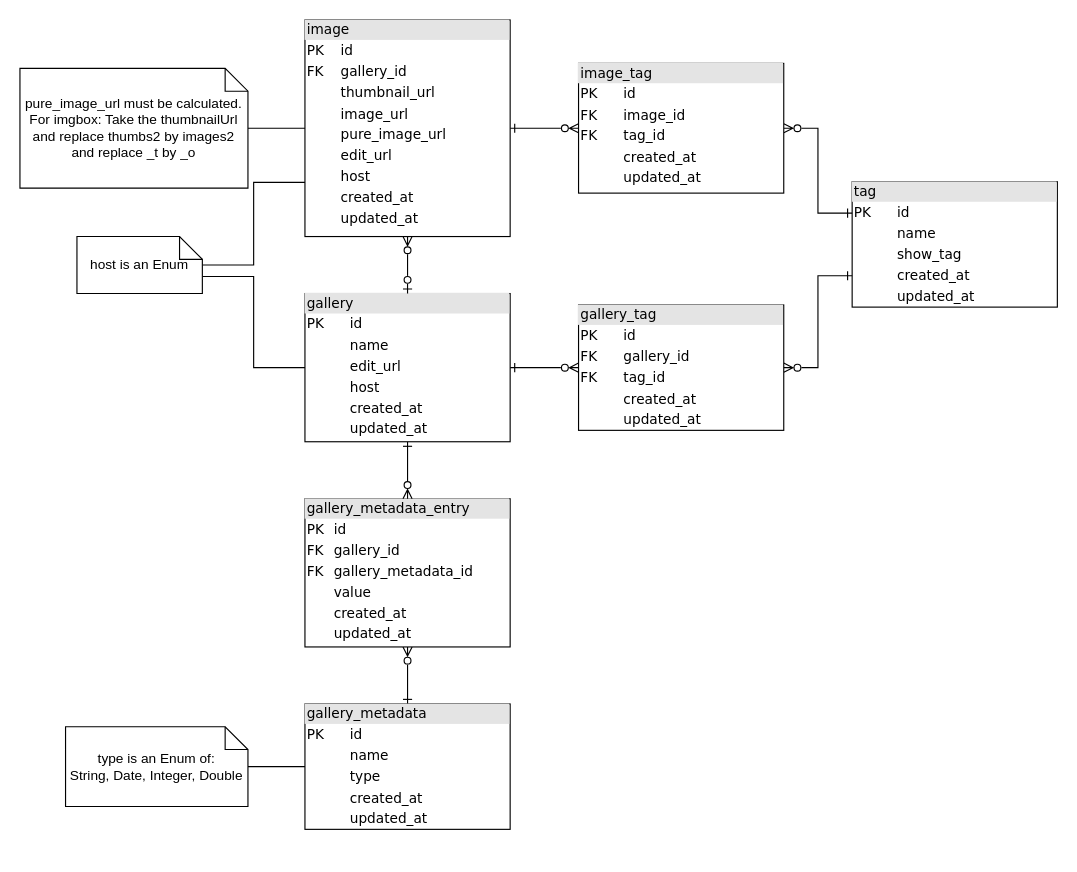
Kokogino/online-gallery-manager keeps this draw.io diagram as docs/OGM-DB.drawio. Above is the earlier version. Source tidied: cells renumbered, new cells numbered last; positions are measured from the earlier drawing's top-left corner, leaving out a move shared by most shapes. Both pictures are drawn from the tidied source at 114%, with x=0, y=0 at pixel (19, 19).
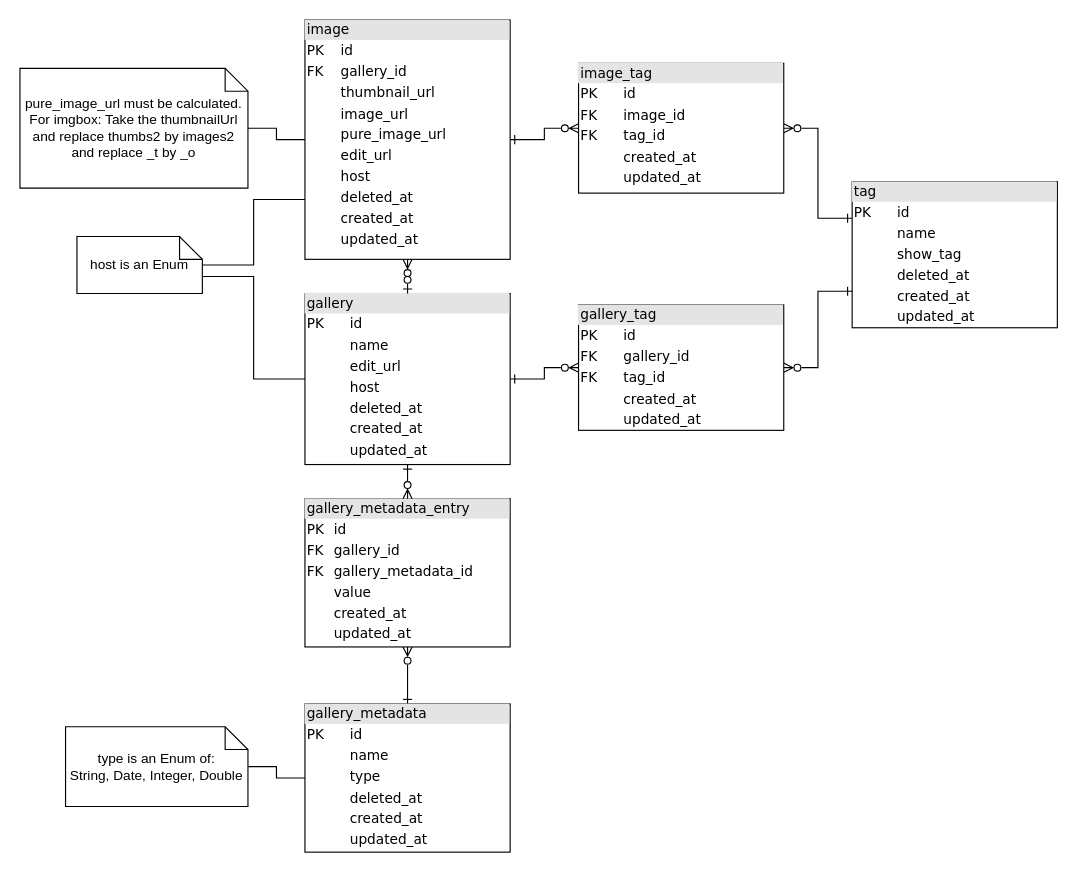
Above is the later version.

Commit message (it also covers changes not shown here):
Add deleted_at date to gallery, image, tag and gallery metadata.

Diff of the diagram source:
```diff
@@
-    <mxCell id="3" value="&lt;div style=&quot;box-sizing:border-box;width:100%;background:#e4e4e4;padding:2px;&quot;&gt;image&lt;/div&gt;&lt;table style=&quot;width:100%;font-size:1em;&quot; cellpadding=&quot;2&quot; cellspacing=&quot;0&quot;&gt;&lt;tbody&gt;&lt;tr&gt;&lt;td&gt;PK&lt;/td&gt;&lt;td&gt;id&lt;/td&gt;&lt;/tr&gt;&lt;tr&gt;&lt;td&gt;FK&lt;/td&gt;&lt;td&gt;gallery_id&lt;/td&gt;&lt;/tr&gt;&lt;tr&gt;&lt;td&gt;&lt;/td&gt;&lt;td&gt;thumbnail_url&lt;br&gt;&lt;/td&gt;&lt;/tr&gt;&lt;tr&gt;&lt;td&gt;&lt;br&gt;&lt;/td&gt;&lt;td&gt;image_url&lt;br&gt;&lt;/td&gt;&lt;/tr&gt;&lt;tr&gt;&lt;td&gt;&lt;br&gt;&lt;/td&gt;&lt;td&gt;pure_image_url&lt;br&gt;&lt;/td&gt;&lt;/tr&gt;&lt;tr&gt;&lt;td&gt;&lt;br&gt;&lt;/td&gt;&lt;td&gt;edit_url&lt;/td&gt;&lt;/tr&gt;&lt;tr&gt;&lt;td&gt;&lt;br&gt;&lt;/td&gt;&lt;td&gt;host&lt;/td&gt;&lt;/tr&gt;&lt;tr&gt;&lt;td&gt;&lt;br&gt;&lt;/td&gt;&lt;td&gt;created_at&lt;/td&gt;&lt;/tr&gt;&lt;tr&gt;&lt;td&gt;&lt;br&gt;&lt;/td&gt;&lt;td&gt;updated_at&lt;/td&gt;&lt;/tr&gt;&lt;/tbody&gt;&lt;/table&gt;" style="verticalAlign=top;align=left;overflow=fill;html=1;rounded=0;shadow=0;comic=0;labelBackgroundColor=none;strokeWidth=1;fontFamily=Verdana;fontSize=12;" parent="1" vertex="1">
-      <mxGeometry x="250" width="180" height="190" as="geometry" />
+    <mxCell id="3" value="&lt;div style=&quot;box-sizing:border-box;width:100%;background:#e4e4e4;padding:2px;&quot;&gt;image&lt;/div&gt;&lt;table style=&quot;width:100%;font-size:1em;&quot; cellpadding=&quot;2&quot; cellspacing=&quot;0&quot;&gt;&lt;tbody&gt;&lt;tr&gt;&lt;td&gt;PK&lt;/td&gt;&lt;td&gt;id&lt;/td&gt;&lt;/tr&gt;&lt;tr&gt;&lt;td&gt;FK&lt;/td&gt;&lt;td&gt;gallery_id&lt;/td&gt;&lt;/tr&gt;&lt;tr&gt;&lt;td&gt;&lt;/td&gt;&lt;td&gt;thumbnail_url&lt;br&gt;&lt;/td&gt;&lt;/tr&gt;&lt;tr&gt;&lt;td&gt;&lt;br&gt;&lt;/td&gt;&lt;td&gt;image_url&lt;br&gt;&lt;/td&gt;&lt;/tr&gt;&lt;tr&gt;&lt;td&gt;&lt;br&gt;&lt;/td&gt;&lt;td&gt;pure_image_url&lt;br&gt;&lt;/td&gt;&lt;/tr&gt;&lt;tr&gt;&lt;td&gt;&lt;br&gt;&lt;/td&gt;&lt;td&gt;edit_url&lt;/td&gt;&lt;/tr&gt;&lt;tr&gt;&lt;td&gt;&lt;br&gt;&lt;/td&gt;&lt;td&gt;host&lt;/td&gt;&lt;/tr&gt;&lt;tr&gt;&lt;td&gt;&lt;br&gt;&lt;/td&gt;&lt;td&gt;deleted_at&lt;/td&gt;&lt;/tr&gt;&lt;tr&gt;&lt;td&gt;&lt;br&gt;&lt;/td&gt;&lt;td&gt;created_at&lt;/td&gt;&lt;/tr&gt;&lt;tr&gt;&lt;td&gt;&lt;br&gt;&lt;/td&gt;&lt;td&gt;updated_at&lt;/td&gt;&lt;/tr&gt;&lt;/tbody&gt;&lt;/table&gt;" style="verticalAlign=top;align=left;overflow=fill;html=1;rounded=0;shadow=0;comic=0;labelBackgroundColor=none;strokeWidth=1;fontFamily=Verdana;fontSize=12;" parent="1" vertex="1">
+      <mxGeometry x="250" width="180" height="210" as="geometry" />
     </mxCell>
@@
-    <mxCell id="5" value="&lt;div style=&quot;box-sizing: border-box ; width: 100% ; background: #e4e4e4 ; padding: 2px&quot;&gt;gallery_metadata&lt;/div&gt;&lt;table style=&quot;width: 100% ; font-size: 1em&quot; cellpadding=&quot;2&quot; cellspacing=&quot;0&quot;&gt;&lt;tbody&gt;&lt;tr&gt;&lt;td&gt;PK&lt;/td&gt;&lt;td&gt;id&lt;/td&gt;&lt;/tr&gt;&lt;tr&gt;&lt;td&gt;&lt;/td&gt;&lt;td&gt;name&lt;/td&gt;&lt;/tr&gt;&lt;tr&gt;&lt;td&gt;&lt;br&gt;&lt;/td&gt;&lt;td&gt;type&lt;/td&gt;&lt;/tr&gt;&lt;tr&gt;&lt;td&gt;&lt;br&gt;&lt;/td&gt;&lt;td&gt;created_at&lt;/td&gt;&lt;/tr&gt;&lt;tr&gt;&lt;td&gt;&lt;br&gt;&lt;/td&gt;&lt;td&gt;updated_at&lt;br&gt;&lt;/td&gt;&lt;/tr&gt;&lt;/tbody&gt;&lt;/table&gt;" style="verticalAlign=top;align=left;overflow=fill;html=1;rounded=0;shadow=0;comic=0;labelBackgroundColor=none;strokeWidth=1;fontFamily=Verdana;fontSize=12;" parent="1" vertex="1">
-      <mxGeometry x="250" y="600" width="180" height="110" as="geometry" />
+    <mxCell id="5" value="&lt;div style=&quot;box-sizing: border-box ; width: 100% ; background: #e4e4e4 ; padding: 2px&quot;&gt;gallery_metadata&lt;/div&gt;&lt;table style=&quot;width: 100% ; font-size: 1em&quot; cellpadding=&quot;2&quot; cellspacing=&quot;0&quot;&gt;&lt;tbody&gt;&lt;tr&gt;&lt;td&gt;PK&lt;/td&gt;&lt;td&gt;id&lt;/td&gt;&lt;/tr&gt;&lt;tr&gt;&lt;td&gt;&lt;/td&gt;&lt;td&gt;name&lt;/td&gt;&lt;/tr&gt;&lt;tr&gt;&lt;td&gt;&lt;br&gt;&lt;/td&gt;&lt;td&gt;type&lt;/td&gt;&lt;/tr&gt;&lt;tr&gt;&lt;td&gt;&lt;br&gt;&lt;/td&gt;&lt;td&gt;deleted_at&lt;br&gt;&lt;/td&gt;&lt;/tr&gt;&lt;tr&gt;&lt;td&gt;&lt;br&gt;&lt;/td&gt;&lt;td&gt;created_at&lt;/td&gt;&lt;/tr&gt;&lt;tr&gt;&lt;td&gt;&lt;br&gt;&lt;/td&gt;&lt;td&gt;updated_at&lt;br&gt;&lt;/td&gt;&lt;/tr&gt;&lt;/tbody&gt;&lt;/table&gt;" style="verticalAlign=top;align=left;overflow=fill;html=1;rounded=0;shadow=0;comic=0;labelBackgroundColor=none;strokeWidth=1;fontFamily=Verdana;fontSize=12;" parent="1" vertex="1">
+      <mxGeometry x="250" y="600" width="180" height="130" as="geometry" />
     </mxCell>
@@
-    <mxCell id="9" value="&lt;div style=&quot;box-sizing:border-box;width:100%;background:#e4e4e4;padding:2px;&quot;&gt;gallery&lt;/div&gt;&lt;table style=&quot;width:100%;font-size:1em;&quot; cellpadding=&quot;2&quot; cellspacing=&quot;0&quot;&gt;&lt;tbody&gt;&lt;tr&gt;&lt;td&gt;PK&lt;/td&gt;&lt;td&gt;id&lt;/td&gt;&lt;/tr&gt;&lt;tr&gt;&lt;td&gt;&lt;/td&gt;&lt;td&gt;name&lt;/td&gt;&lt;/tr&gt;&lt;tr&gt;&lt;td&gt;&lt;br&gt;&lt;/td&gt;&lt;td&gt;edit_url&lt;/td&gt;&lt;/tr&gt;&lt;tr&gt;&lt;td&gt;&lt;br&gt;&lt;/td&gt;&lt;td&gt;host&lt;/td&gt;&lt;/tr&gt;&lt;tr&gt;&lt;td&gt;&lt;br&gt;&lt;/td&gt;&lt;td&gt;created_at&lt;br&gt;&lt;/td&gt;&lt;/tr&gt;&lt;tr&gt;&lt;td&gt;&lt;br&gt;&lt;/td&gt;&lt;td&gt;updated_at&lt;br&gt;&lt;/td&gt;&lt;/tr&gt;&lt;/tbody&gt;&lt;/table&gt;" style="verticalAlign=top;align=left;overflow=fill;html=1;rounded=0;shadow=0;comic=0;labelBackgroundColor=none;strokeWidth=1;fontFamily=Verdana;fontSize=12;" parent="1" vertex="1">
-      <mxGeometry x="250" y="240" width="180" height="130" as="geometry" />
+    <mxCell id="9" value="&lt;div style=&quot;box-sizing:border-box;width:100%;background:#e4e4e4;padding:2px;&quot;&gt;gallery&lt;/div&gt;&lt;table style=&quot;width:100%;font-size:1em;&quot; cellpadding=&quot;2&quot; cellspacing=&quot;0&quot;&gt;&lt;tbody&gt;&lt;tr&gt;&lt;td&gt;PK&lt;/td&gt;&lt;td&gt;id&lt;/td&gt;&lt;/tr&gt;&lt;tr&gt;&lt;td&gt;&lt;/td&gt;&lt;td&gt;name&lt;/td&gt;&lt;/tr&gt;&lt;tr&gt;&lt;td&gt;&lt;br&gt;&lt;/td&gt;&lt;td&gt;edit_url&lt;/td&gt;&lt;/tr&gt;&lt;tr&gt;&lt;td&gt;&lt;br&gt;&lt;/td&gt;&lt;td&gt;host&lt;/td&gt;&lt;/tr&gt;&lt;tr&gt;&lt;td&gt;&lt;br&gt;&lt;/td&gt;&lt;td&gt;deleted_at&lt;/td&gt;&lt;/tr&gt;&lt;tr&gt;&lt;td&gt;&lt;br&gt;&lt;/td&gt;&lt;td&gt;created_at&lt;br&gt;&lt;/td&gt;&lt;/tr&gt;&lt;tr&gt;&lt;td&gt;&lt;br&gt;&lt;/td&gt;&lt;td&gt;updated_at&lt;br&gt;&lt;/td&gt;&lt;/tr&gt;&lt;/tbody&gt;&lt;/table&gt;" style="verticalAlign=top;align=left;overflow=fill;html=1;rounded=0;shadow=0;comic=0;labelBackgroundColor=none;strokeWidth=1;fontFamily=Verdana;fontSize=12;" parent="1" vertex="1">
+      <mxGeometry x="250" y="240" width="180" height="150" as="geometry" />
     </mxCell>
@@
-    <mxCell id="15" value="&lt;div style=&quot;box-sizing:border-box;width:100%;background:#e4e4e4;padding:2px;&quot;&gt;tag&lt;/div&gt;&lt;table style=&quot;width:100%;font-size:1em;&quot; cellpadding=&quot;2&quot; cellspacing=&quot;0&quot;&gt;&lt;tbody&gt;&lt;tr&gt;&lt;td&gt;PK&lt;/td&gt;&lt;td&gt;id&lt;/td&gt;&lt;/tr&gt;&lt;tr&gt;&lt;td&gt;&lt;/td&gt;&lt;td&gt;name&lt;/td&gt;&lt;/tr&gt;&lt;tr&gt;&lt;td&gt;&lt;br&gt;&lt;/td&gt;&lt;td&gt;show_tag&lt;/td&gt;&lt;/tr&gt;&lt;tr&gt;&lt;td&gt;&lt;br&gt;&lt;/td&gt;&lt;td&gt;created_at&lt;/td&gt;&lt;/tr&gt;&lt;tr&gt;&lt;td&gt;&lt;br&gt;&lt;/td&gt;&lt;td&gt;updated_at&lt;br&gt;&lt;/td&gt;&lt;/tr&gt;&lt;/tbody&gt;&lt;/table&gt;" style="verticalAlign=top;align=left;overflow=fill;html=1;rounded=0;shadow=0;comic=0;labelBackgroundColor=none;strokeWidth=1;fontFamily=Verdana;fontSize=12;" parent="1" vertex="1">
-      <mxGeometry x="730" y="141.9" width="180" height="110" as="geometry" />
+    <mxCell id="15" value="&lt;div style=&quot;box-sizing:border-box;width:100%;background:#e4e4e4;padding:2px;&quot;&gt;tag&lt;/div&gt;&lt;table style=&quot;width:100%;font-size:1em;&quot; cellpadding=&quot;2&quot; cellspacing=&quot;0&quot;&gt;&lt;tbody&gt;&lt;tr&gt;&lt;td&gt;PK&lt;/td&gt;&lt;td&gt;id&lt;/td&gt;&lt;/tr&gt;&lt;tr&gt;&lt;td&gt;&lt;/td&gt;&lt;td&gt;name&lt;/td&gt;&lt;/tr&gt;&lt;tr&gt;&lt;td&gt;&lt;br&gt;&lt;/td&gt;&lt;td&gt;show_tag&lt;/td&gt;&lt;/tr&gt;&lt;tr&gt;&lt;td&gt;&lt;br&gt;&lt;/td&gt;&lt;td&gt;deleted_at&lt;br&gt;&lt;/td&gt;&lt;/tr&gt;&lt;tr&gt;&lt;td&gt;&lt;br&gt;&lt;/td&gt;&lt;td&gt;created_at&lt;/td&gt;&lt;/tr&gt;&lt;tr&gt;&lt;td&gt;&lt;br&gt;&lt;/td&gt;&lt;td&gt;updated_at&lt;br&gt;&lt;/td&gt;&lt;/tr&gt;&lt;/tbody&gt;&lt;/table&gt;" style="verticalAlign=top;align=left;overflow=fill;html=1;rounded=0;shadow=0;comic=0;labelBackgroundColor=none;strokeWidth=1;fontFamily=Verdana;fontSize=12;" parent="1" vertex="1">
+      <mxGeometry x="730" y="141.9" width="180" height="128.1" as="geometry" />
     </mxCell>
```
